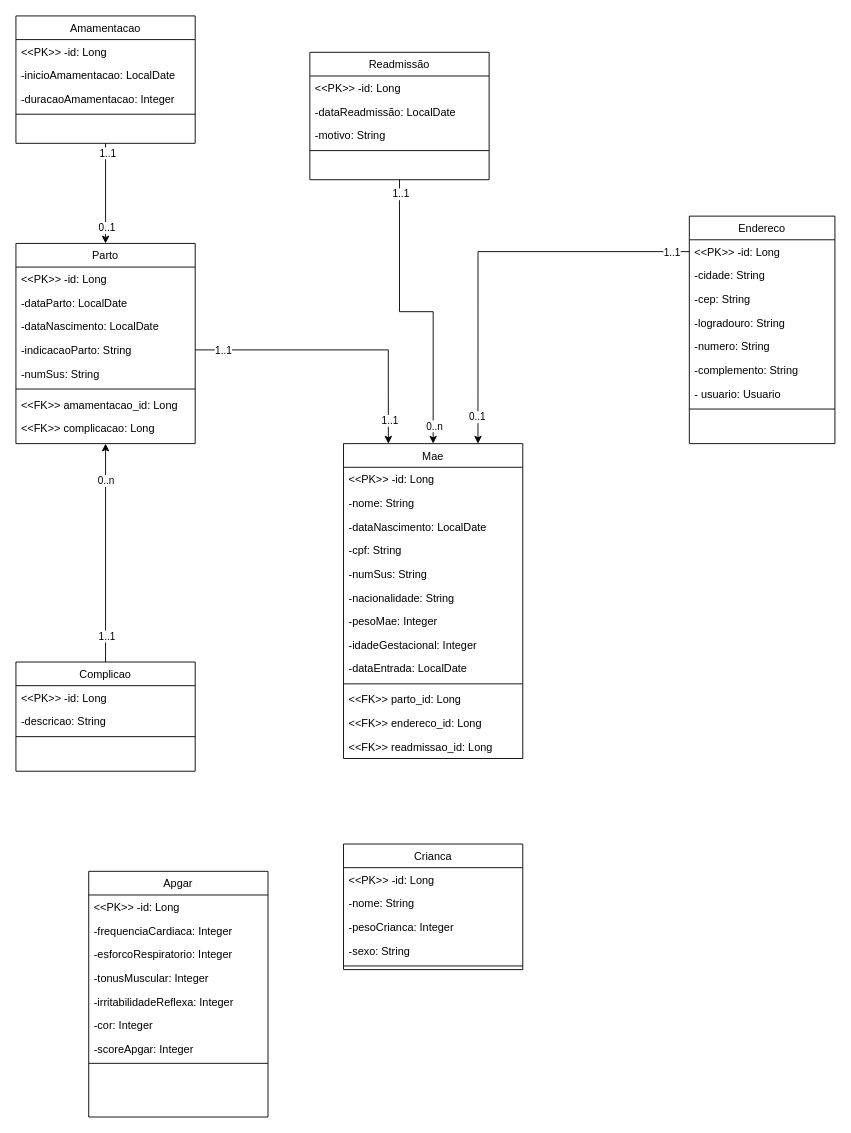
Earlier version of the draw.io diagram neonatal - diagrama de classe.drawio (Emerson66/hminsn). Source tidied: cells renumbered, new cells numbered last; positions are measured from the earlier drawing's top-left corner, leaving out a move shared by most shapes. Both pictures are drawn from the tidied source at 91%, with x=0, y=0 at pixel (15, 15).
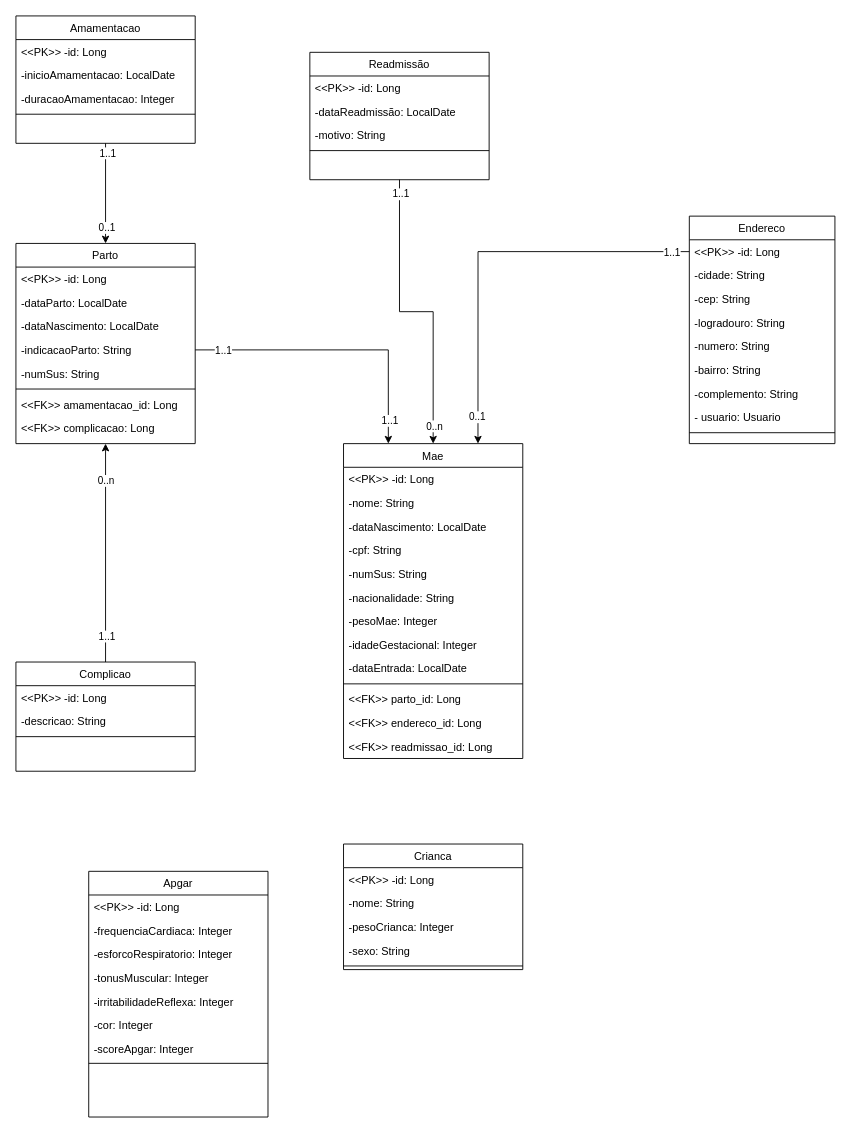
The same diagram, later.

Unchanged cells that the change refers to:
```xml
<mxCell id="16" value="Endereco" style="swimlane;fontStyle=0;align=center;verticalAlign=top;horizontal=1;startSize=26;rounded=0;shadow=0;strokeWidth=1;" parent="1" vertex="1">
  <mxGeometry x="740" y="220" width="160" height="250" as="geometry" />
</mxCell>
```

Diff of the diagram source:
```diff
@@
+    <mxCell id="78" value="-bairro: String" style="text;align=left;verticalAlign=top;spacingLeft=4;spacingRight=4;overflow=hidden;rounded=0;shadow=0;html=0;" parent="16" vertex="1">
+      <mxGeometry y="156" width="160" height="26" as="geometry" />
+    </mxCell>
     <mxCell id="22" value="-complemento: String&#10;" style="text;align=left;verticalAlign=top;spacingLeft=4;spacingRight=4;overflow=hidden;rounded=0;shadow=0;html=0;" parent="16" vertex="1">
-      <mxGeometry y="156" width="160" height="26" as="geometry" />
+      <mxGeometry y="182" width="160" height="26" as="geometry" />
     </mxCell>
     <mxCell id="23" value="- usuario: Usuario" style="text;strokeColor=none;fillColor=none;align=left;verticalAlign=top;spacingLeft=4;spacingRight=4;overflow=hidden;whiteSpace=wrap;html=1;" parent="16" vertex="1">
-      <mxGeometry y="182" width="160" height="26" as="geometry" />
+      <mxGeometry y="208" width="160" height="26" as="geometry" />
     </mxCell>
     <mxCell id="24" style="line;strokeWidth=1;fillColor=none;align=left;verticalAlign=middle;spacingTop=-1;spacingLeft=3;spacingRight=3;labelPosition=right;strokeColor=inherit;" parent="16" vertex="1">
-      <mxGeometry y="208" width="160" height="8" as="geometry" />
+      <mxGeometry y="234" width="160" height="8" as="geometry" />
     </mxCell>
```
